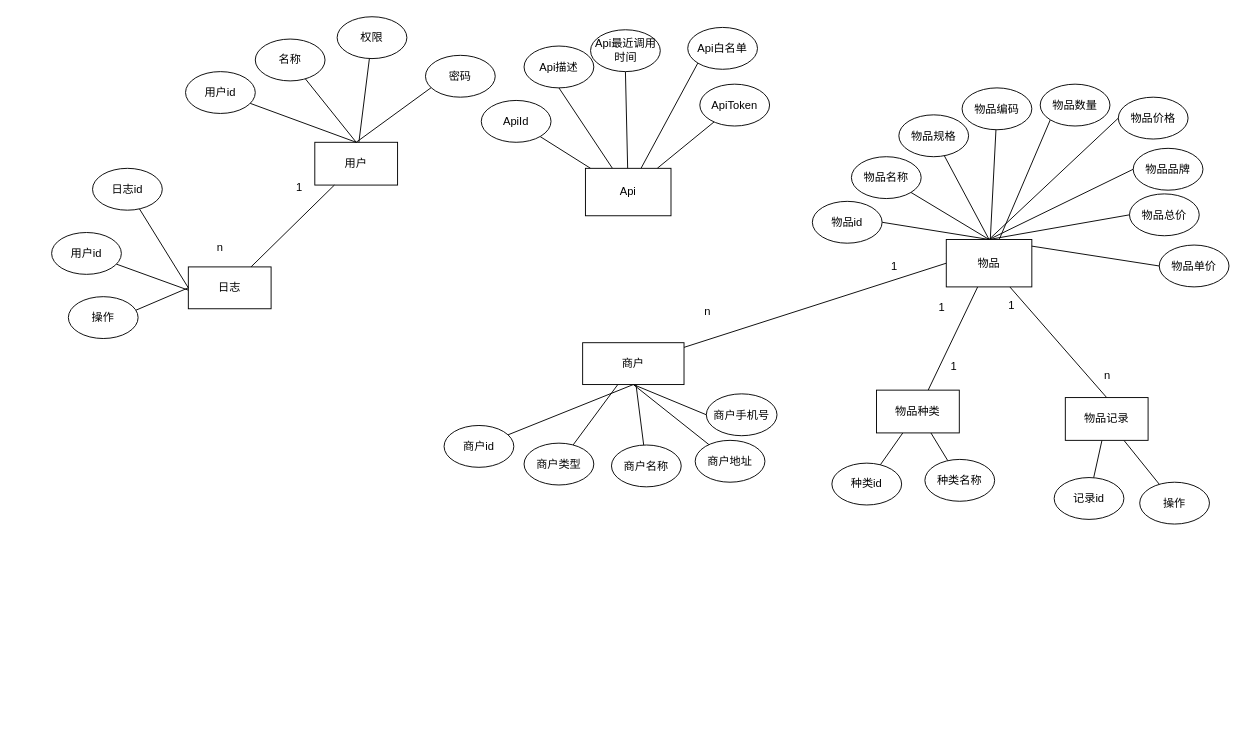
Above: save/实体E-R图.drawio in kehaha-5/drawio (draw.io), before the change. Source tidied: cells renumbered, new cells numbered last; positions are measured from the earlier drawing's top-left corner, leaving out a move shared by most shapes. Both pictures are drawn from the tidied source at 93%, with x=0, y=0 at pixel (51, 16).
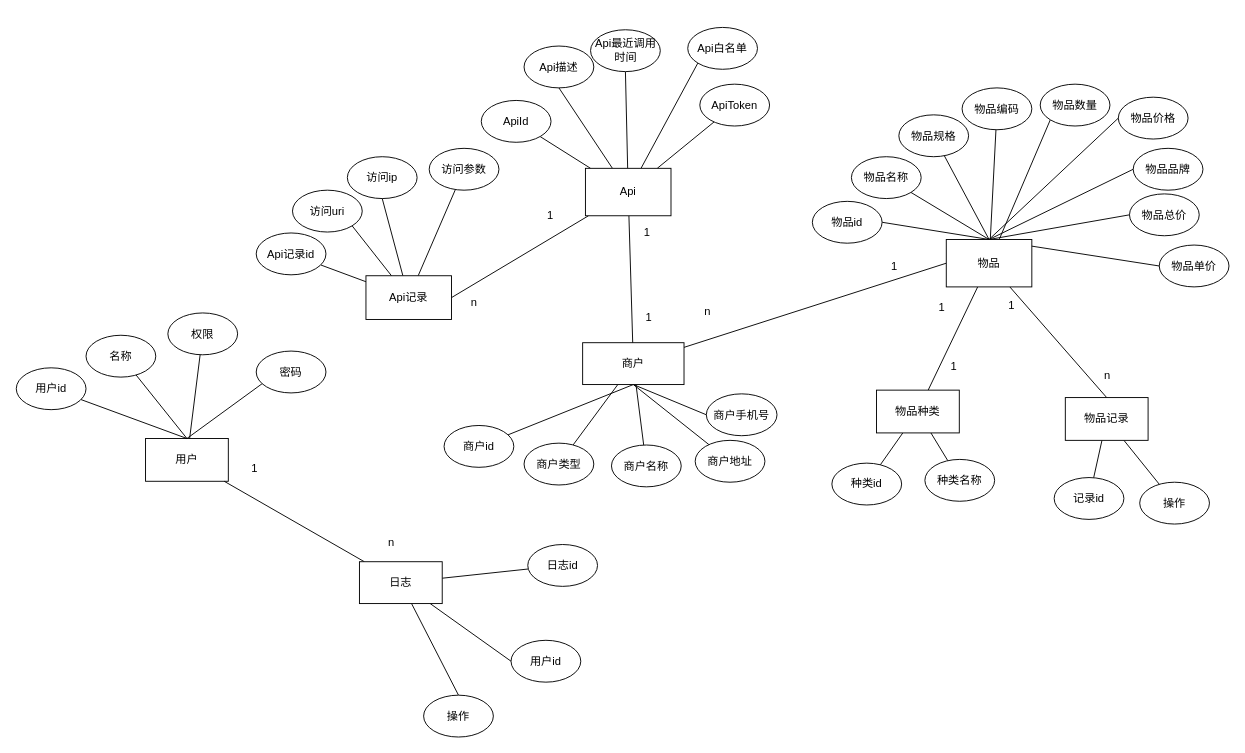
After the change.

Commit message (it also covers changes not shown here):
更新实体E-R图.drawio

Unchanged cells that the change refers to:
```xml
<mxCell id="27" value="商户" style="rounded=0;whiteSpace=wrap;html=1;" parent="1" vertex="1">
  <mxGeometry x="571" y="351" width="109" height="45" as="geometry" />
</mxCell>
<mxCell id="75" value="Api" style="rounded=0;whiteSpace=wrap;html=1;" parent="1" vertex="1">
  <mxGeometry x="574" y="163.5" width="92" height="51" as="geometry" />
</mxCell>
```

Diff of the diagram source:
```diff
@@
     <mxCell id="2" value="用户" style="rounded=0;whiteSpace=wrap;html=1;" parent="1" vertex="1">
-      <mxGeometry x="283" y="135.5" width="89" height="46" as="geometry" />
+      <mxGeometry x="101" y="454" width="89" height="46" as="geometry" />
     </mxCell>
@@
     <mxCell id="4" value="用户id" style="ellipse;whiteSpace=wrap;html=1;" parent="1" vertex="1">
-      <mxGeometry x="144" y="59.5" width="75" height="45" as="geometry" />
+      <mxGeometry x="-38" y="378" width="75" height="45" as="geometry" />
     </mxCell>
@@
     <mxCell id="6" value="名称" style="ellipse;whiteSpace=wrap;html=1;" parent="1" vertex="1">
-      <mxGeometry x="219" y="24.5" width="75" height="45" as="geometry" />
+      <mxGeometry x="37" y="343" width="75" height="45" as="geometry" />
     </mxCell>
@@
     <mxCell id="8" value="权限" style="ellipse;whiteSpace=wrap;html=1;" parent="1" vertex="1">
-      <mxGeometry x="307" y="0.5" width="75" height="45" as="geometry" />
+      <mxGeometry x="125" y="319" width="75" height="45" as="geometry" />
     </mxCell>
     <mxCell id="9" style="rounded=0;jettySize=auto;html=1;endArrow=none;startFill=0;entryX=0.5;entryY=0;entryDx=0;entryDy=0;" parent="1" edge="1" target="2">
       <mxGeometry relative="1" as="geometry">
-        <mxPoint x="412.7" y="73.4" as="sourcePoint" />
+        <mxPoint x="230.7" y="391.9" as="sourcePoint" />
       </mxGeometry>
     </mxCell>
     <mxCell id="10" value="密码" style="ellipse;whiteSpace=wrap;html=1;" parent="1" vertex="1">
-      <mxGeometry x="402" y="42" width="75" height="45" as="geometry" />
+      <mxGeometry x="220" y="360" width="75" height="45" as="geometry" />
     </mxCell>
@@
+    <mxCell id="81" style="rounded=0;jettySize=auto;html=1;endArrow=none;startFill=0;" parent="1" edge="1" source="12" target="14">
+      <mxGeometry relative="1" as="geometry" />
+    </mxCell>
+    <mxCell id="82" style="rounded=0;jettySize=auto;html=1;entryX=0;entryY=0.5;entryDx=0;entryDy=0;endArrow=none;startFill=0;" parent="1" edge="1" source="12" target="16">
+      <mxGeometry relative="1" as="geometry" />
+    </mxCell>
+    <mxCell id="83" style="rounded=0;jettySize=auto;html=1;entryX=0.5;entryY=0;entryDx=0;entryDy=0;endArrow=none;startFill=0;" parent="1" edge="1" source="12" target="18">
+      <mxGeometry relative="1" as="geometry" />
+    </mxCell>
     <mxCell id="12" value="日志" style="rounded=0;whiteSpace=wrap;html=1;" parent="1" vertex="1">
-      <mxGeometry x="147" y="269.5" width="89" height="45" as="geometry" />
+      <mxGeometry x="331" y="586.5" width="89" height="45" as="geometry" />
     </mxCell>
-    <mxCell id="13" style="rounded=0;jettySize=auto;html=1;entryX=0;entryY=0.5;entryDx=0;entryDy=0;endArrow=none;startFill=0;" parent="1" edge="1" source="14" target="12">
-      <mxGeometry relative="1" as="geometry" />
-    </mxCell>
     <mxCell id="14" value="日志id" style="ellipse;whiteSpace=wrap;html=1;" parent="1" vertex="1">
-      <mxGeometry x="44" y="163.5" width="75" height="45" as="geometry" />
+      <mxGeometry x="512" y="568" width="75" height="45" as="geometry" />
     </mxCell>
-    <mxCell id="15" style="rounded=0;jettySize=auto;html=1;endArrow=none;startFill=0;" parent="1" edge="1" source="16">
-      <mxGeometry relative="1" as="geometry">
-        <mxPoint x="147" y="294.5" as="targetPoint" />
-      </mxGeometry>
-    </mxCell>
     <mxCell id="16" value="用户id" style="ellipse;whiteSpace=wrap;html=1;" parent="1" vertex="1">
-      <mxGeometry y="232.5" width="75" height="45" as="geometry" />
+      <mxGeometry x="494" y="671" width="75" height="45" as="geometry" />
     </mxCell>
-    <mxCell id="17" style="rounded=0;jettySize=auto;html=1;entryX=0;entryY=0.5;entryDx=0;entryDy=0;endArrow=none;startFill=0;" parent="1" edge="1" target="12">
-      <mxGeometry relative="1" as="geometry">
-        <mxPoint x="90.3" y="316.2" as="sourcePoint" />
-      </mxGeometry>
-    </mxCell>
     <mxCell id="18" value="操作" style="ellipse;whiteSpace=wrap;html=1;" parent="1" vertex="1">
-      <mxGeometry x="18" y="301.5" width="75" height="45" as="geometry" />
+      <mxGeometry x="400" y="730" width="75" height="45" as="geometry" />
     </mxCell>
     <mxCell id="19" value="n" style="text;html=1;align=center;verticalAlign=middle;strokeColor=none;fillColor=none;" parent="1" vertex="1">
-      <mxGeometry x="168" y="235.5" width="25" height="26" as="geometry" />
+      <mxGeometry x="352" y="552.5" width="25" height="26" as="geometry" />
     </mxCell>
     <mxCell id="20" value="1" style="text;html=1;align=center;verticalAlign=middle;strokeColor=none;fillColor=none;" parent="1" vertex="1">
-      <mxGeometry x="253" y="170.5" width="25" height="26" as="geometry" />
+      <mxGeometry x="205" y="474" width="25" height="26" as="geometry" />
     </mxCell>
@@
+    <mxCell id="84" style="rounded=0;jettySize=auto;html=1;endArrow=none;startFill=0;" parent="1" edge="1" source="75" target="27">
+      <mxGeometry relative="1" as="geometry" />
+    </mxCell>
+    <mxCell id="85" style="rounded=0;jettySize=auto;html=1;entryX=1;entryY=0.5;entryDx=0;entryDy=0;endArrow=none;startFill=0;" parent="1" edge="1" source="75" target="92">
+      <mxGeometry relative="1" as="geometry" />
+    </mxCell>
@@
+    <mxCell id="86" value="1" style="text;html=1;align=center;verticalAlign=middle;strokeColor=none;fillColor=none;" parent="1" vertex="1">
+      <mxGeometry x="627" y="220" width="25" height="26" as="geometry" />
+    </mxCell>
+    <mxCell id="87" value="1" style="text;html=1;align=center;verticalAlign=middle;strokeColor=none;fillColor=none;" parent="1" vertex="1">
+      <mxGeometry x="629.5" y="311" width="25" height="26" as="geometry" />
+    </mxCell>
+    <mxCell id="88" style="rounded=0;jettySize=auto;html=1;endArrow=none;startFill=0;" parent="1" edge="1" source="92" target="93">
+      <mxGeometry relative="1" as="geometry" />
+    </mxCell>
+    <mxCell id="89" style="rounded=0;jettySize=auto;html=1;endArrow=none;startFill=0;" parent="1" edge="1" source="92" target="96">
+      <mxGeometry relative="1" as="geometry" />
+    </mxCell>
+    <mxCell id="90" style="rounded=0;jettySize=auto;html=1;entryX=0.5;entryY=1;entryDx=0;entryDy=0;endArrow=none;startFill=0;" parent="1" edge="1" source="92" target="95">
+      <mxGeometry relative="1" as="geometry" />
+    </mxCell>
+    <mxCell id="91" style="rounded=0;jettySize=auto;html=1;entryX=1;entryY=1;entryDx=0;entryDy=0;endArrow=none;startFill=0;" parent="1" edge="1" source="92" target="94">
+      <mxGeometry relative="1" as="geometry" />
+    </mxCell>
+    <mxCell id="92" value="Api记录" style="rounded=0;whiteSpace=wrap;html=1;" parent="1" vertex="1">
+      <mxGeometry x="338" y="279" width="92" height="47" as="geometry" />
+    </mxCell>
+    <mxCell id="93" value="Api记录id" style="ellipse;whiteSpace=wrap;html=1;" parent="1" vertex="1">
+      <mxGeometry x="220" y="233" width="75" height="45" as="geometry" />
+    </mxCell>
+    <mxCell id="94" value="访问uri" style="ellipse;whiteSpace=wrap;html=1;" parent="1" vertex="1">
+      <mxGeometry x="259" y="187" width="75" height="45" as="geometry" />
+    </mxCell>
+    <mxCell id="95" value="访问ip" style="ellipse;whiteSpace=wrap;html=1;" parent="1" vertex="1">
+      <mxGeometry x="318" y="151" width="75" height="45" as="geometry" />
+    </mxCell>
+    <mxCell id="96" value="访问参数" style="ellipse;whiteSpace=wrap;html=1;" parent="1" vertex="1">
+      <mxGeometry x="406" y="142" width="75" height="45" as="geometry" />
+    </mxCell>
+    <mxCell id="97" value="n" style="text;html=1;align=center;verticalAlign=middle;strokeColor=none;fillColor=none;" parent="1" vertex="1">
+      <mxGeometry x="441" y="295" width="25" height="26" as="geometry" />
+    </mxCell>
+    <mxCell id="98" value="1" style="text;html=1;align=center;verticalAlign=middle;strokeColor=none;fillColor=none;" parent="1" vertex="1">
+      <mxGeometry x="523" y="200.5" width="25" height="26" as="geometry" />
+    </mxCell>
```
